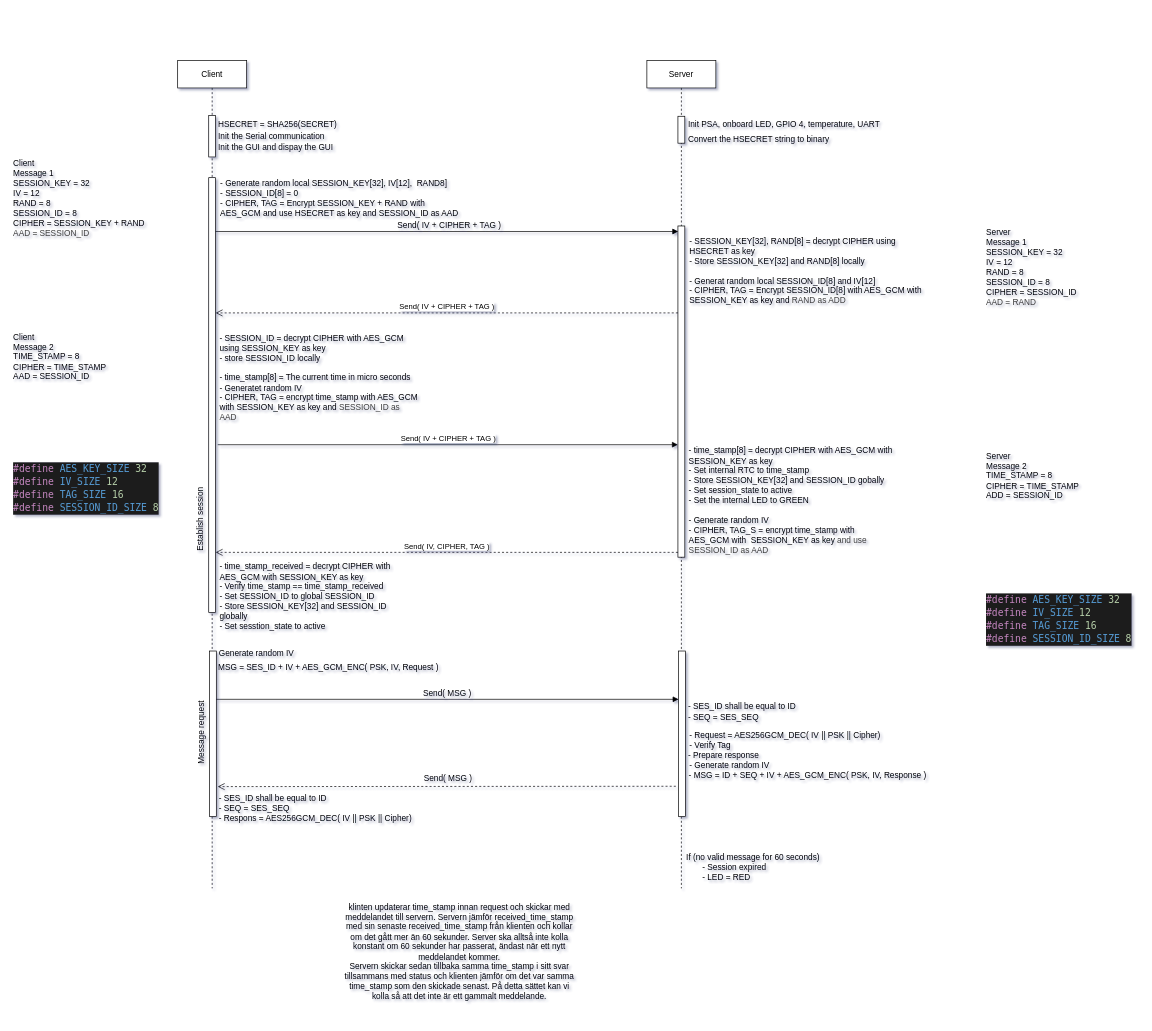
AlexanderKimfors/Exam_security keeps this draw.io diagram as documents/sequens_diagram.drawio. Above is the earlier version. Source tidied: cells renumbered, new cells numbered last; positions are measured from the earlier drawing's top-left corner, leaving out a move shared by most shapes. Both pictures are drawn from the tidied source at 69%, with x=0, y=0 at pixel (-140, 12).
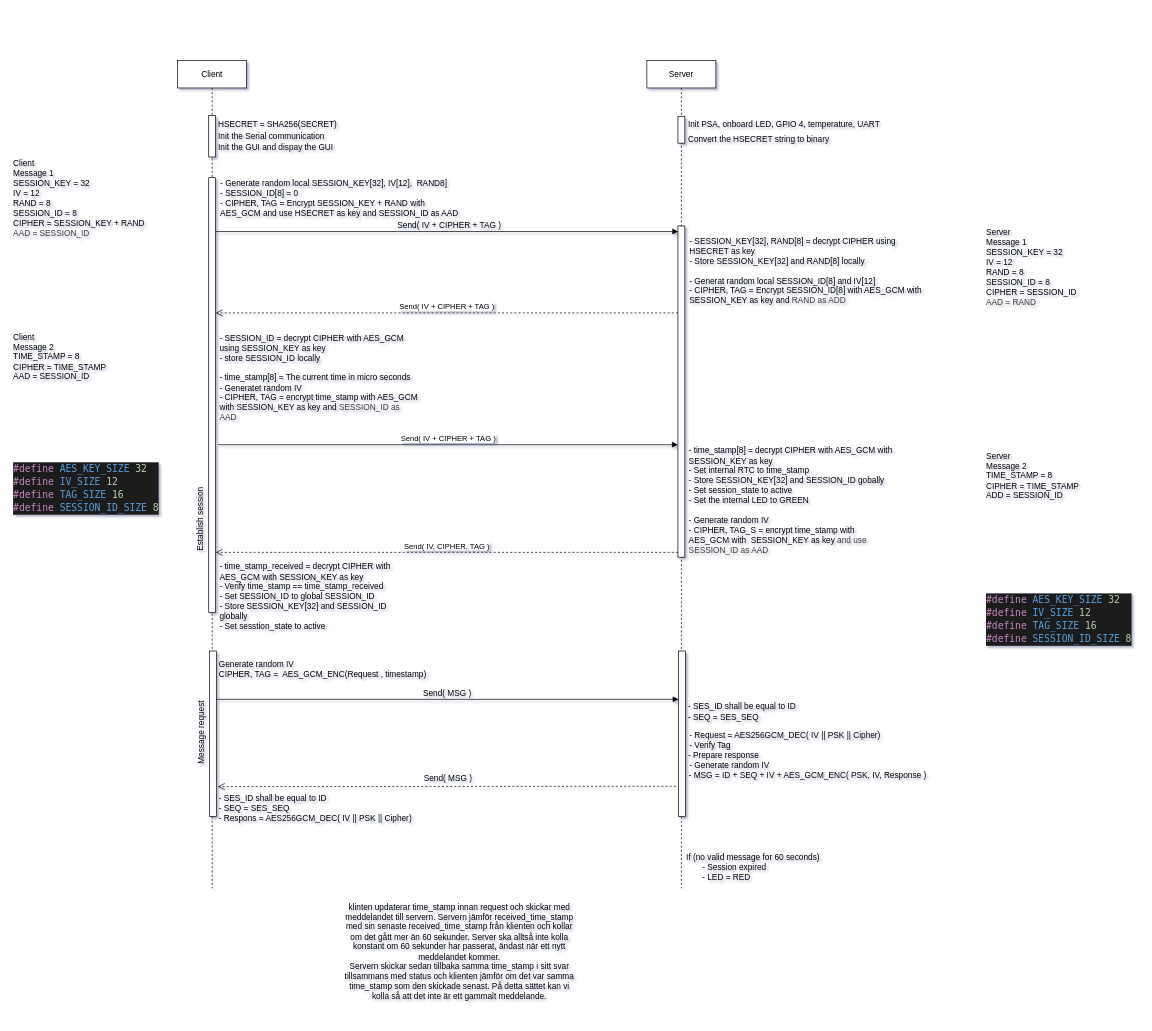
Above is the later version.

What changed in the source:
```diff
@@
-    <mxCell id="17" value="Generate random IV" style="text;html=1;align=left;verticalAlign=middle;whiteSpace=wrap;rounded=0;" parent="1" vertex="1">
-      <mxGeometry x="518" y="920" width="113" height="20" as="geometry" />
+    <mxCell id="17" value="Generate random IV&lt;div&gt;&lt;span style=&quot;color: rgb(0, 0, 0);&quot;&gt;CIPHER, TAG =&amp;nbsp; AES_GCM_ENC(Request , timestamp)&lt;/span&gt;&lt;/div&gt;&lt;div&gt;&lt;span style=&quot;color: rgb(0, 0, 0);&quot;&gt;&lt;br&gt;&lt;/span&gt;&lt;/div&gt;" style="text;html=1;align=left;verticalAlign=middle;whiteSpace=wrap;rounded=0;" parent="1" vertex="1">
+      <mxGeometry x="518" y="920" width="312" height="80" as="geometry" />
     </mxCell>
@@
-    <mxCell id="28" value="MSG = SES_ID + IV + AES_GCM_ENC( PSK, IV, Request )" style="text;html=1;align=left;verticalAlign=middle;whiteSpace=wrap;rounded=0;" parent="1" vertex="1">
-      <mxGeometry x="517" y="940" width="401" height="20" as="geometry" />
-    </mxCell>
```
